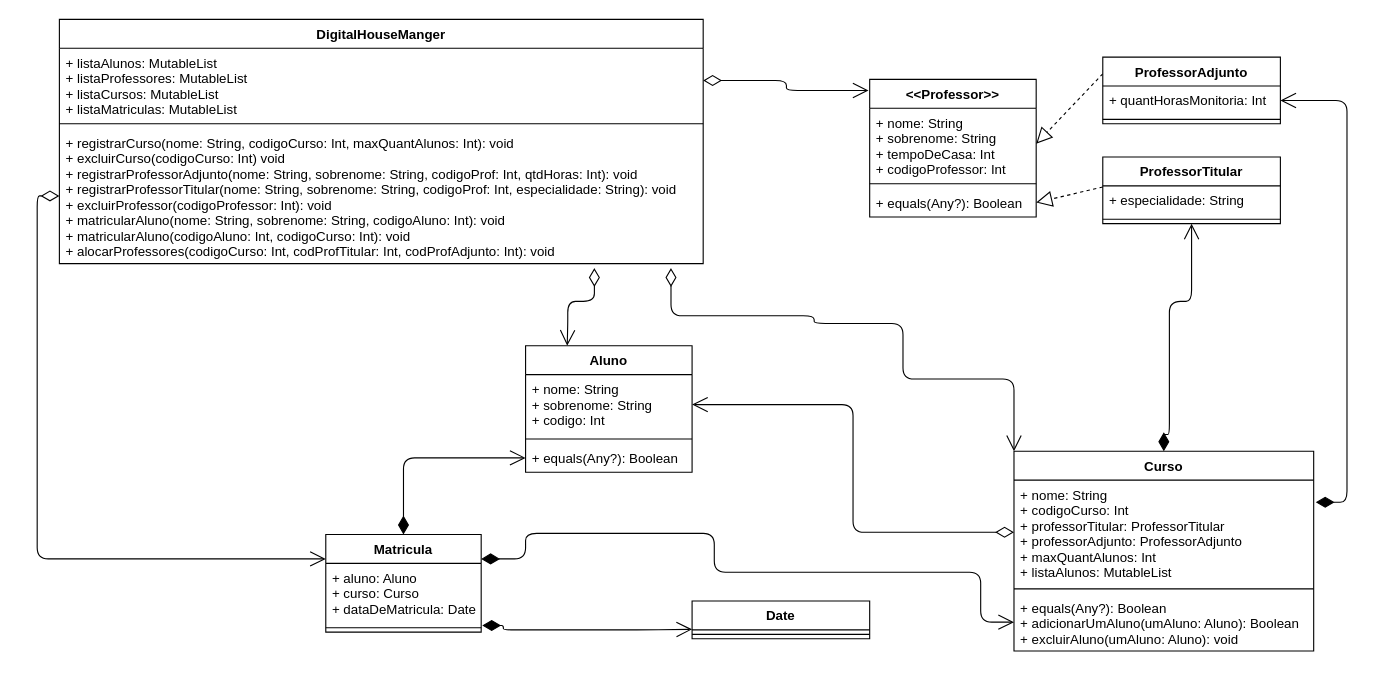
Before: UML-Desafio.drawio in GustavoSantos25/DesafioM-duloKotlin, a draw.io diagram. Source tidied: cells renumbered, new cells numbered last; positions are measured from the earlier drawing's top-left corner, leaving out a move shared by most shapes. Both pictures are drawn from the tidied source at 111%, with x=0, y=0 at pixel (37, 19).
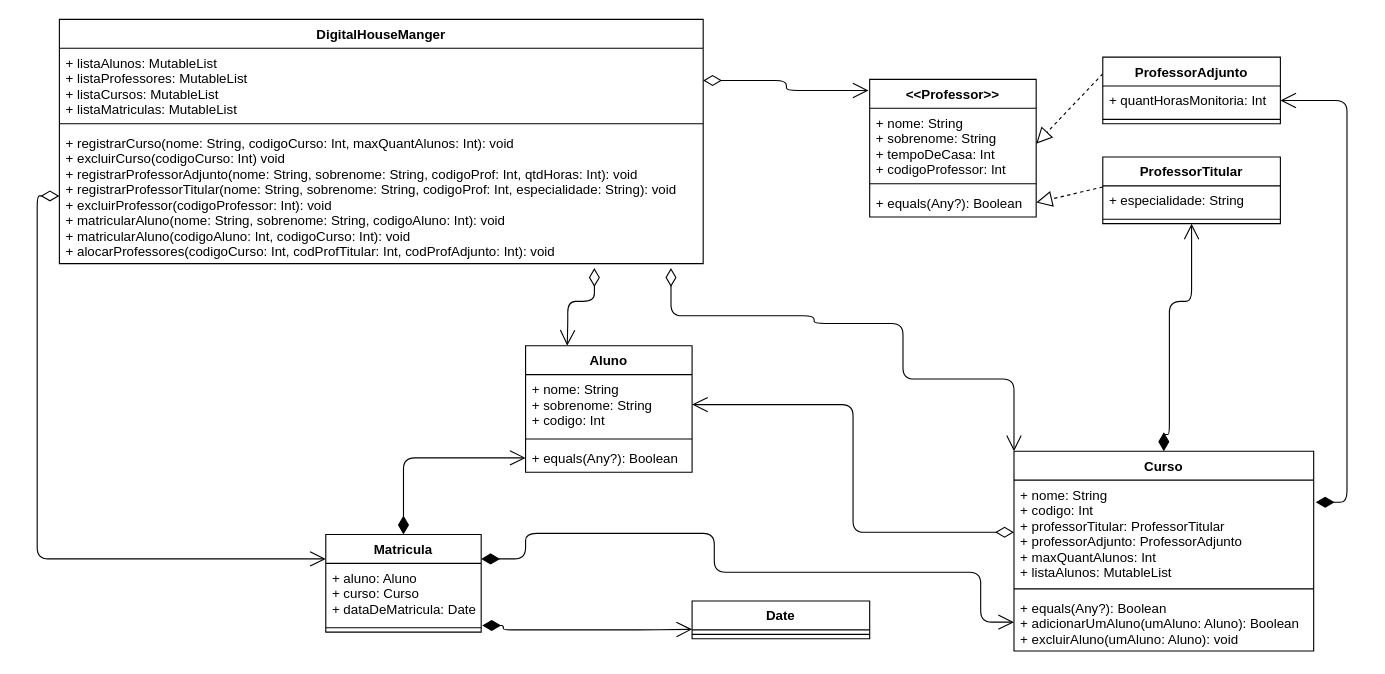
The same diagram, later.

Commit message (it also covers changes not shown here):
Parte B - implementando classe Curso

Unchanged cells that the change refers to:
```xml
<mxCell id="30" value="Curso" style="swimlane;fontStyle=1;align=center;verticalAlign=top;horizontal=1;startSize=26;" parent="1" vertex="1">
  <mxGeometry x="880" y="389" width="270" height="180" as="geometry" />
</mxCell>
```

Change to the diagram source:
```diff
@@
-    <mxCell id="31" value="+ nome: String&#10;+ codigoCurso: Int&#10;+ professorTitular: ProfessorTitular&#10;+ professorAdjunto: ProfessorAdjunto&#10;+ maxQuantAlunos: Int&#10;+ listaAlunos: MutableList" style="text;strokeColor=none;fillColor=none;align=left;verticalAlign=top;spacingLeft=4;spacingRight=4;overflow=hidden;points=[[0,0.5],[1,0.5]];portConstraint=eastwest;" parent="30" vertex="1">
+    <mxCell id="31" value="+ nome: String&#10;+ codigo: Int&#10;+ professorTitular: ProfessorTitular&#10;+ professorAdjunto: ProfessorAdjunto&#10;+ maxQuantAlunos: Int&#10;+ listaAlunos: MutableList" style="text;strokeColor=none;fillColor=none;align=left;verticalAlign=top;spacingLeft=4;spacingRight=4;overflow=hidden;points=[[0,0.5],[1,0.5]];portConstraint=eastwest;" parent="30" vertex="1">
       <mxGeometry y="26" width="270" height="94" as="geometry" />
     </mxCell>
```
